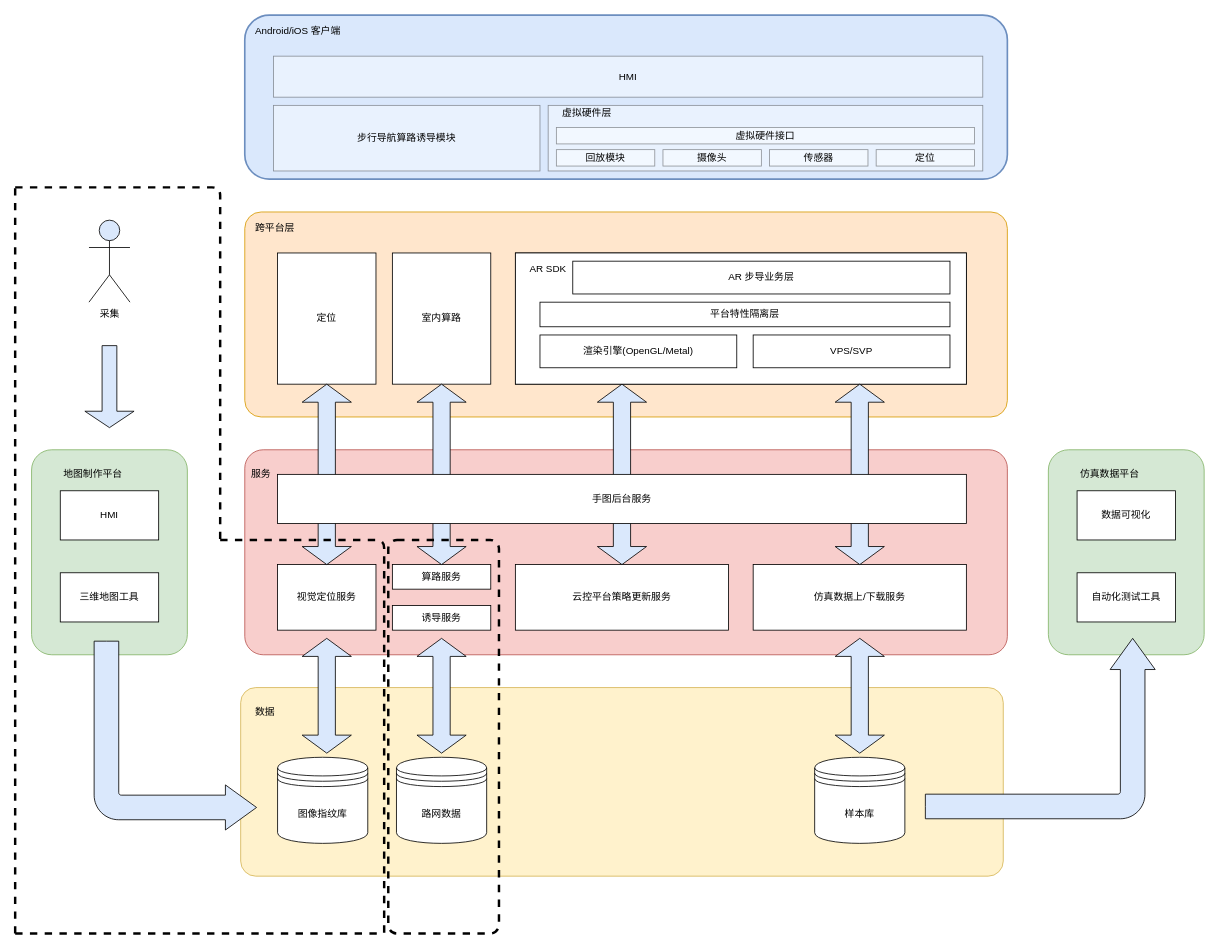
The draw.io diagram page "主框架" (1 of 16) of AR 客户端架构.drawio in wangziji/graphics, before the edit. Source tidied: cells renumbered, new cells numbered last; positions are measured from the earlier drawing's top-left corner, leaving out a move shared by most shapes. Both pictures are drawn from the tidied source at 82%, with x=0, y=0 at pixel (15, 15).
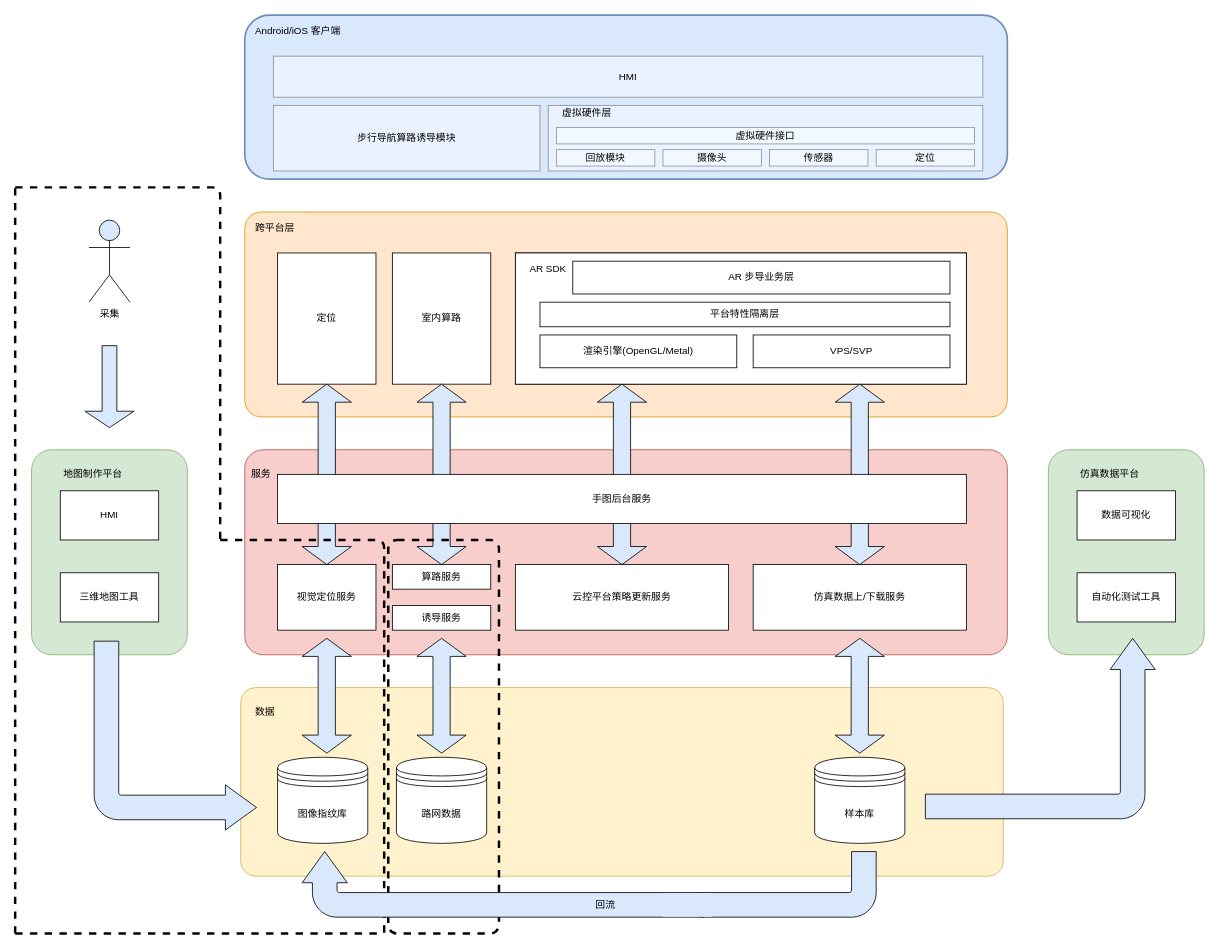
The same diagram, later.

Change to the diagram source:
```diff
@@
+    <mxCell id="61" style="group;" parent="1" vertex="1">
+      <mxGeometry x="350" y="1020" width="700" height="80" as="geometry" />
+    </mxCell>
+    <mxCell id="62" style="html=1;shadow=0;dashed=0;align=center;verticalAlign=middle;shape=mxgraph.arrows2.bendArrow;dy=15;dx=38;notch=0;arrowHead=55;rounded=1;strokeColor=#000000;fillColor=#DAE8FC;rotation=0;direction=north;flipH=0;flipV=0;" parent="61" vertex="1">
+      <mxGeometry width="490" height="80" as="geometry" />
+    </mxCell>
+    <mxCell id="63" style="html=1;shadow=0;dashed=0;align=center;verticalAlign=middle;shape=mxgraph.arrows2.bendArrow;dy=15;dx=38;notch=0;arrowHead=30;rounded=1;flipV=1;flipH=1;fillColor=#DAE8FC;strokeColor=#000000;" parent="61" vertex="1">
+      <mxGeometry x="450" width="250" height="80" as="geometry" />
+    </mxCell>
+    <mxCell id="64" style="verticalLabelPosition=bottom;verticalAlign=middle;html=1;shape=mxgraph.basic.rect;fillColor2=none;size=20;indent=5;rounded=1;shadow=0;dashed=0;fillColor=#DAE8FC;strokeColor=none;" parent="61" vertex="1">
+      <mxGeometry x="440" y="50.5" width="60" height="29" as="geometry" />
+    </mxCell>
+    <mxCell id="65" value="回流" style="text;html=1;strokeColor=none;fillColor=none;align=center;verticalAlign=middle;whiteSpace=wrap;rounded=0;" parent="61" vertex="1">
+      <mxGeometry x="350" y="55" width="40" height="20" as="geometry" />
+    </mxCell>
```
